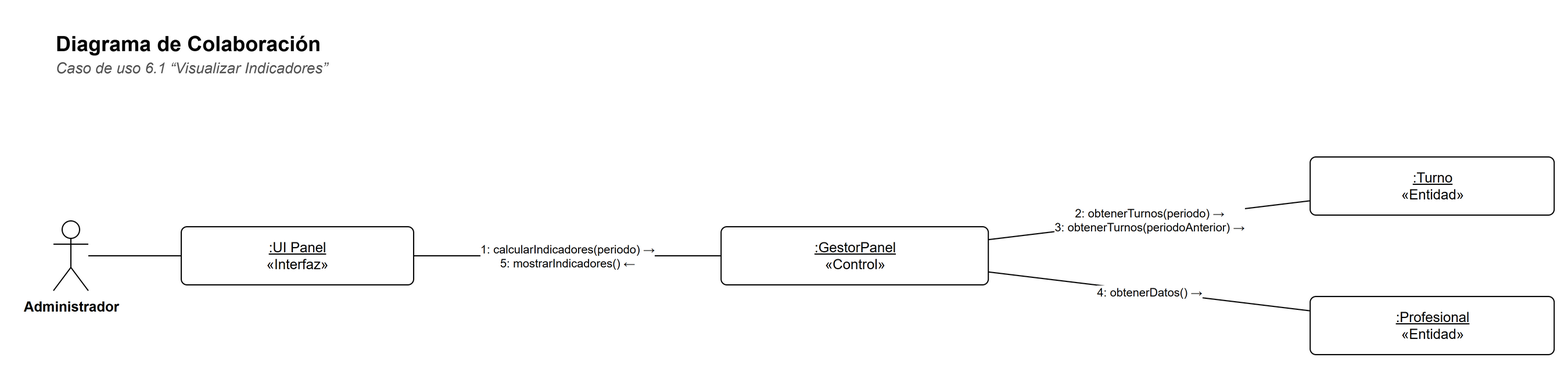
This is docs/diagramas/colaboracion-6-1.png from Matiglorioso/kineturnos, a draw.io export, as it was before one commit. Source tidied: cells renumbered, new cells last; positions are measured from the earlier drawing's top-left corner, leaving out a move shared by most shapes.
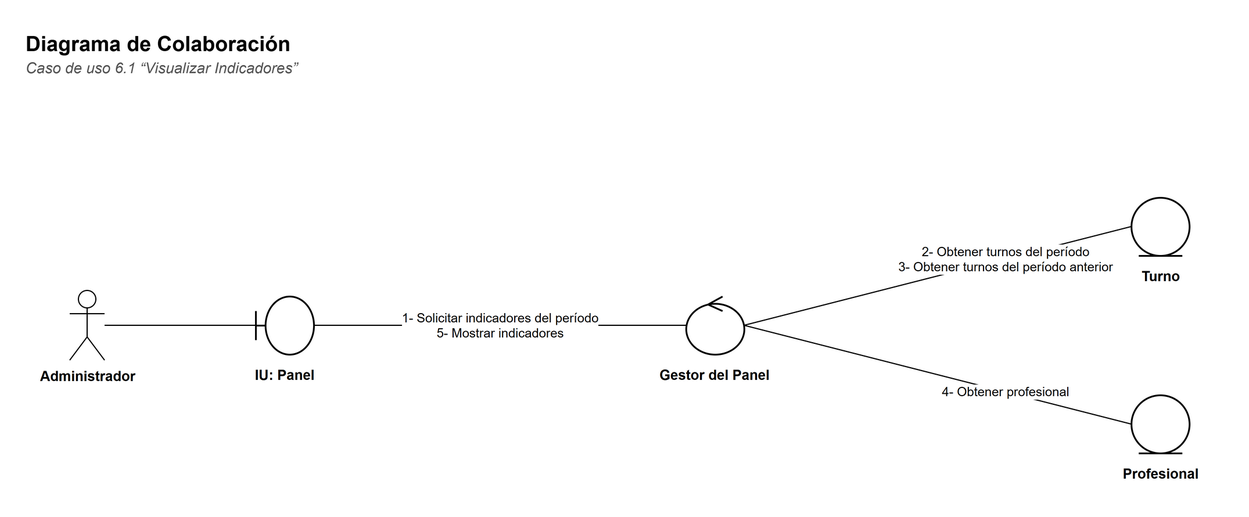
The same diagram one commit later.

Diff of the diagram source:
```diff
@@ -9,31 +9,43 @@
       <mxGeometry y="24" width="900" height="20" as="geometry" />
     </mxCell>
     <mxCell id="4" value="Administrador" style="shape=umlActor;verticalLabelPosition=bottom;verticalAlign=top;html=1;outlineConnect=0;fillColor=#FFFFFF;strokeColor=#000000;fontFamily=Helvetica;fontSize=12;fontStyle=1;" parent="1" vertex="1">
-      <mxGeometry y="170" width="30" height="60" as="geometry" />
+      <mxGeometry x="40" y="230" width="30" height="60" as="geometry" />
     </mxCell>
-    <mxCell id="5" value="&lt;u&gt;:UI Panel&lt;/u&gt;&lt;br&gt;«Interfaz»" style="rounded=0;whiteSpace=wrap;html=1;fillColor=#FFFFFF;strokeColor=#000000;fontFamily=Helvetica;fontSize=12;rounded=1;arcSize=10;" parent="1" vertex="1">
-      <mxGeometry x="110" y="175" width="200" height="50" as="geometry" />
+    <mxCell id="5" style="shape=umlBoundary;html=1;fillColor=#FFFFFF;strokeColor=#000000;strokeWidth=1.5;" parent="1" vertex="1">
+      <mxGeometry x="200" y="235" width="50" height="50" as="geometry" />
     </mxCell>
-    <mxCell id="6" value="&lt;u&gt;:GestorPanel&lt;/u&gt;&lt;br&gt;«Control»" style="rounded=0;whiteSpace=wrap;html=1;fillColor=#FFFFFF;strokeColor=#000000;fontFamily=Helvetica;fontSize=12;rounded=1;arcSize=10;" parent="1" vertex="1">
-      <mxGeometry x="574.6" y="175" width="230" height="50" as="geometry" />
+    <mxCell id="6" value="&lt;b&gt;IU: Panel&lt;/b&gt;" style="text;html=1;strokeColor=none;fillColor=none;align=left;verticalAlign=top;whiteSpace=wrap;fontFamily=Helvetica;align=center;fontSize=12;" parent="1" vertex="1">
+      <mxGeometry x="160" y="289" width="130" height="40" as="geometry" />
     </mxCell>
-    <mxCell id="7" value="&lt;u&gt;:Turno&lt;/u&gt;&lt;br&gt;«Entidad»" style="rounded=0;whiteSpace=wrap;html=1;fillColor=#FFFFFF;strokeColor=#000000;fontFamily=Helvetica;fontSize=12;rounded=1;arcSize=10;" parent="1" vertex="1">
-      <mxGeometry x="1081.6" y="115" width="210" height="50" as="geometry" />
+    <mxCell id="7" style="shape=umlControl;html=1;fillColor=#FFFFFF;strokeColor=#000000;strokeWidth=1.5;" parent="1" vertex="1">
+      <mxGeometry x="570.4" y="235" width="50" height="50" as="geometry" />
     </mxCell>
-    <mxCell id="8" value="&lt;u&gt;:Profesional&lt;/u&gt;&lt;br&gt;«Entidad»" style="rounded=0;whiteSpace=wrap;html=1;fillColor=#FFFFFF;strokeColor=#000000;fontFamily=Helvetica;fontSize=12;rounded=1;arcSize=10;" parent="1" vertex="1">
-      <mxGeometry x="1081.6" y="235" width="210" height="50" as="geometry" />
+    <mxCell id="8" value="&lt;b&gt;Gestor del Panel&lt;/b&gt;" style="text;html=1;strokeColor=none;fillColor=none;align=left;verticalAlign=top;whiteSpace=wrap;fontFamily=Helvetica;align=center;fontSize=12;" parent="1" vertex="1">
+      <mxGeometry x="530.4" y="289" width="130" height="40" as="geometry" />
     </mxCell>
-    <mxCell id="9" style="edgeStyle=none;html=1;endArrow=none;endFill=0;strokeColor=#000000;fontFamily=Helvetica;fontSize=11;labelBackgroundColor=#FFFFFF;" parent="1" edge="1" source="4" target="5">
-      <mxGeometry relative="1" as="geometry" />
+    <mxCell id="9" style="shape=umlEntity;html=1;fillColor=#FFFFFF;strokeColor=#000000;strokeWidth=1.5;" parent="1" vertex="1">
+      <mxGeometry x="953.6" y="150" width="50" height="50" as="geometry" />
     </mxCell>
-    <mxCell id="10" value="1: calcularIndicadores(periodo) →&lt;br&gt;5: mostrarIndicadores() ←" style="edgeStyle=none;html=1;endArrow=none;endFill=0;strokeColor=#000000;fontFamily=Helvetica;fontSize=11;labelBackgroundColor=#FFFFFF;fontSize=10;" parent="1" edge="1" source="6" target="5">
-      <mxGeometry relative="1" as="geometry" />
+    <mxCell id="10" value="&lt;b&gt;Turno&lt;/b&gt;" style="text;html=1;strokeColor=none;fillColor=none;align=left;verticalAlign=top;whiteSpace=wrap;fontFamily=Helvetica;align=center;fontSize=12;" parent="1" vertex="1">
+      <mxGeometry x="913.6" y="204" width="130" height="40" as="geometry" />
     </mxCell>
-    <mxCell id="11" value="2: obtenerTurnos(periodo) →&lt;br&gt;3: obtenerTurnos(periodoAnterior) →" style="edgeStyle=none;html=1;endArrow=none;endFill=0;strokeColor=#000000;fontFamily=Helvetica;fontSize=11;labelBackgroundColor=#FFFFFF;fontSize=10;" parent="1" edge="1" source="7" target="6">
-      <mxGeometry relative="1" as="geometry" />
+    <mxCell id="11" style="shape=umlEntity;html=1;fillColor=#FFFFFF;strokeColor=#000000;strokeWidth=1.5;" parent="1" vertex="1">
+      <mxGeometry x="953.6" y="320" width="50" height="50" as="geometry" />
     </mxCell>
-    <mxCell id="12" value="4: obtenerDatos() →" style="edgeStyle=none;html=1;endArrow=none;endFill=0;strokeColor=#000000;fontFamily=Helvetica;fontSize=11;labelBackgroundColor=#FFFFFF;fontSize=10;" parent="1" edge="1" source="8" target="6">
-      <mxGeometry relative="1" as="geometry" />
+    <mxCell id="12" value="&lt;b&gt;Profesional&lt;/b&gt;" style="text;html=1;strokeColor=none;fillColor=none;align=left;verticalAlign=top;whiteSpace=wrap;fontFamily=Helvetica;align=center;fontSize=12;" parent="1" vertex="1">
+      <mxGeometry x="913.6" y="374" width="130" height="40" as="geometry" />
     </mxCell>
+    <mxCell id="13" style="edgeStyle=none;html=1;endArrow=none;endFill=0;strokeColor=#000000;fontFamily=Helvetica;fontSize=11;labelBackgroundColor=#FFFFFF;" parent="1" edge="1" source="4" target="5">
+      <mxGeometry relative="1" as="geometry" />
+    </mxCell>
+    <mxCell id="14" value="1- Solicitar indicadores del período&lt;br&gt;5- Mostrar indicadores" style="edgeStyle=none;html=1;endArrow=none;endFill=0;strokeColor=#000000;fontFamily=Helvetica;fontSize=11;labelBackgroundColor=#FFFFFF;fontSize=11;exitX=1;exitY=0.5;exitDx=0;exitDy=0;entryX=0;entryY=0.5;entryDx=0;entryDy=0;" parent="1" edge="1" source="5" target="7">
+      <mxGeometry relative="1" as="geometry" />
+    </mxCell>
+    <mxCell id="15" value="2- Obtener turnos del período&lt;br&gt;3- Obtener turnos del período anterior" style="edgeStyle=none;html=1;endArrow=none;endFill=0;strokeColor=#000000;fontFamily=Helvetica;fontSize=11;labelBackgroundColor=#FFFFFF;fontSize=11;exitX=1;exitY=0.5;exitDx=0;exitDy=0;entryX=0;entryY=0.5;entryDx=0;entryDy=0;" parent="1" edge="1" source="7" target="9">
+      <mxGeometry x="0.35" relative="1" as="geometry" />
+    </mxCell>
+    <mxCell id="16" value="4- Obtener profesional" style="edgeStyle=none;html=1;endArrow=none;endFill=0;strokeColor=#000000;fontFamily=Helvetica;fontSize=11;labelBackgroundColor=#FFFFFF;fontSize=11;exitX=1;exitY=0.5;exitDx=0;exitDy=0;entryX=0;entryY=0.5;entryDx=0;entryDy=0;" parent="1" edge="1" source="7" target="11">
+      <mxGeometry x="0.35" relative="1" as="geometry" />
+    </mxCell>
   </root>
 </mxGraphModel>
```
